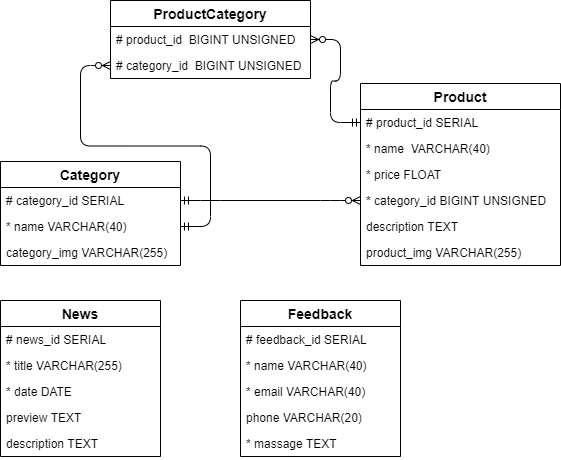
Above: DB/ER-диаграмма.png in igor-ka97/bootcamp-block3 (draw.io), before the change. Source tidied: cells renumbered, new cells last; positions are measured from the earlier drawing's top-left corner, leaving out a move shared by most shapes.
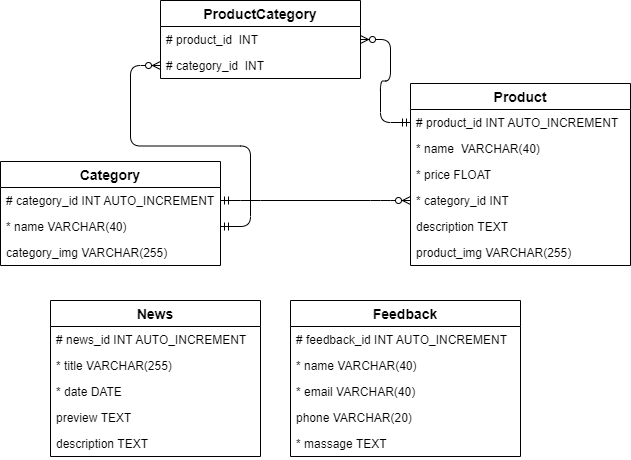
The same file after the commit.

Diff of the diagram source:
```diff
@@ -12,82 +12,82 @@
       <mxGeometry relative="1" as="geometry" />
     </mxCell>
     <mxCell id="5" value="Product" style="swimlane;fontStyle=1;horizontal=1;startSize=26;align=center;fontSize=14;rounded=0;shadow=0;glass=0;comic=0;gradientColor=none;" parent="1" vertex="1">
-      <mxGeometry x="360" y="83" width="200" height="182" as="geometry" />
+      <mxGeometry x="360" y="83" width="220" height="182" as="geometry" />
     </mxCell>
-    <mxCell id="6" value="# product_id SERIAL" style="text;strokeColor=none;fillColor=none;spacingLeft=4;spacingRight=4;overflow=hidden;points=[[0,0.5],[1,0.5]];portConstraint=eastwest;fontSize=12;" parent="5" vertex="1">
-      <mxGeometry y="26" width="200" height="26" as="geometry" />
+    <mxCell id="6" value="# product_id INT AUTO_INCREMENT" style="text;strokeColor=none;fillColor=none;spacingLeft=4;spacingRight=4;overflow=hidden;points=[[0,0.5],[1,0.5]];portConstraint=eastwest;fontSize=12;" parent="5" vertex="1">
+      <mxGeometry y="26" width="220" height="26" as="geometry" />
     </mxCell>
     <mxCell id="7" value="* name  VARCHAR(40)" style="text;strokeColor=none;fillColor=none;spacingLeft=4;spacingRight=4;overflow=hidden;fontSize=12;rounded=0;shadow=0;glass=0;comic=0;startSize=26;" parent="5" vertex="1">
-      <mxGeometry y="52" width="200" height="26" as="geometry" />
+      <mxGeometry y="52" width="220" height="26" as="geometry" />
     </mxCell>
     <mxCell id="8" value="* price FLOAT" style="text;strokeColor=none;fillColor=none;spacingLeft=4;spacingRight=4;overflow=hidden;fontSize=12;rounded=0;shadow=0;glass=0;comic=0;startSize=26;" parent="5" vertex="1">
-      <mxGeometry y="78" width="200" height="26" as="geometry" />
+      <mxGeometry y="78" width="220" height="26" as="geometry" />
     </mxCell>
-    <mxCell id="9" value="* category_id BIGINT UNSIGNED" style="text;strokeColor=none;fillColor=none;spacingLeft=4;spacingRight=4;overflow=hidden;points=[[0,0.5],[1,0.5]];portConstraint=eastwest;fontSize=12;rounded=0;shadow=0;glass=0;comic=0;startSize=26;" parent="5" vertex="1">
-      <mxGeometry y="104" width="200" height="26" as="geometry" />
+    <mxCell id="9" value="* category_id INT" style="text;strokeColor=none;fillColor=none;spacingLeft=4;spacingRight=4;overflow=hidden;points=[[0,0.5],[1,0.5]];portConstraint=eastwest;fontSize=12;rounded=0;shadow=0;glass=0;comic=0;startSize=26;" parent="5" vertex="1">
+      <mxGeometry y="104" width="220" height="26" as="geometry" />
     </mxCell>
     <mxCell id="10" value="description TEXT" style="text;strokeColor=none;fillColor=none;spacingLeft=4;spacingRight=4;overflow=hidden;fontSize=12;" parent="5" vertex="1">
-      <mxGeometry y="130" width="200" height="26" as="geometry" />
+      <mxGeometry y="130" width="220" height="26" as="geometry" />
     </mxCell>
     <mxCell id="11" value="product_img VARCHAR(255)" style="text;strokeColor=none;fillColor=none;spacingLeft=4;spacingRight=4;overflow=hidden;fontSize=12;" parent="5" vertex="1">
-      <mxGeometry y="156" width="200" height="26" as="geometry" />
+      <mxGeometry y="156" width="220" height="26" as="geometry" />
     </mxCell>
     <mxCell id="12" value="ProductCategory" style="swimlane;fontStyle=1;horizontal=1;startSize=26;align=center;fontSize=14;rounded=0;shadow=0;glass=0;comic=0;gradientColor=none;" parent="1" vertex="1">
       <mxGeometry x="110" width="200" height="78" as="geometry" />
     </mxCell>
-    <mxCell id="13" value="# product_id  BIGINT UNSIGNED" style="text;strokeColor=none;fillColor=none;spacingLeft=4;spacingRight=4;overflow=hidden;points=[[0,0.5],[1,0.5]];portConstraint=eastwest;fontSize=12;" parent="12" vertex="1">
+    <mxCell id="13" value="# product_id  INT" style="text;strokeColor=none;fillColor=none;spacingLeft=4;spacingRight=4;overflow=hidden;points=[[0,0.5],[1,0.5]];portConstraint=eastwest;fontSize=12;" parent="12" vertex="1">
       <mxGeometry y="26" width="200" height="26" as="geometry" />
     </mxCell>
-    <mxCell id="14" value="# category_id  BIGINT UNSIGNED" style="text;strokeColor=none;fillColor=none;spacingLeft=4;spacingRight=4;overflow=hidden;points=[[0,0.5],[1,0.5]];portConstraint=eastwest;fontSize=12;" parent="12" vertex="1">
+    <mxCell id="14" value="# category_id  INT" style="text;strokeColor=none;fillColor=none;spacingLeft=4;spacingRight=4;overflow=hidden;points=[[0,0.5],[1,0.5]];portConstraint=eastwest;fontSize=12;" parent="12" vertex="1">
       <mxGeometry y="52" width="200" height="26" as="geometry" />
     </mxCell>
     <mxCell id="15" value="Category" style="swimlane;fontStyle=1;horizontal=1;startSize=26;align=center;fontSize=14;" parent="1" vertex="1">
-      <mxGeometry y="161" width="180" height="104" as="geometry" />
+      <mxGeometry x="-50" y="161" width="220" height="104" as="geometry" />
     </mxCell>
-    <mxCell id="16" value="# category_id SERIAL" style="text;strokeColor=none;fillColor=none;spacingLeft=4;spacingRight=4;overflow=hidden;points=[[0,0.5],[1,0.5]];portConstraint=eastwest;fontSize=12;" parent="15" vertex="1">
-      <mxGeometry y="26" width="180" height="26" as="geometry" />
+    <mxCell id="16" value="# category_id INT AUTO_INCREMENT" style="text;strokeColor=none;fillColor=none;spacingLeft=4;spacingRight=4;overflow=hidden;points=[[0,0.5],[1,0.5]];portConstraint=eastwest;fontSize=12;" parent="15" vertex="1">
+      <mxGeometry y="26" width="220" height="26" as="geometry" />
     </mxCell>
     <mxCell id="17" value="* name VARCHAR(40)" style="text;strokeColor=none;fillColor=none;spacingLeft=4;spacingRight=4;overflow=hidden;points=[[0,0.5],[1,0.5]];portConstraint=eastwest;fontSize=12;" parent="15" vertex="1">
-      <mxGeometry y="52" width="180" height="26" as="geometry" />
+      <mxGeometry y="52" width="220" height="26" as="geometry" />
     </mxCell>
     <mxCell id="18" value="category_img VARCHAR(255)" style="text;strokeColor=none;fillColor=none;spacingLeft=4;spacingRight=4;overflow=hidden;fontSize=12;" parent="15" vertex="1">
-      <mxGeometry y="78" width="180" height="26" as="geometry" />
+      <mxGeometry y="78" width="220" height="26" as="geometry" />
     </mxCell>
     <mxCell id="19" value="News" style="swimlane;fontStyle=1;horizontal=1;startSize=26;align=center;fontSize=14;rounded=0;shadow=0;glass=0;comic=0;gradientColor=none;" parent="1" vertex="1">
-      <mxGeometry y="300" width="160" height="156" as="geometry" />
+      <mxGeometry y="300" width="210" height="156" as="geometry" />
     </mxCell>
-    <mxCell id="20" value="# news_id SERIAL" style="text;strokeColor=none;fillColor=none;spacingLeft=4;spacingRight=4;overflow=hidden;fontSize=12;" parent="19" vertex="1">
-      <mxGeometry y="26" width="160" height="26" as="geometry" />
+    <mxCell id="20" value="# news_id INT AUTO_INCREMENT" style="text;strokeColor=none;fillColor=none;spacingLeft=4;spacingRight=4;overflow=hidden;fontSize=12;" parent="19" vertex="1">
+      <mxGeometry y="26" width="210" height="26" as="geometry" />
     </mxCell>
     <mxCell id="21" value="* title VARCHAR(255)" style="text;strokeColor=none;fillColor=none;spacingLeft=4;spacingRight=4;overflow=hidden;fontSize=12;" parent="19" vertex="1">
-      <mxGeometry y="52" width="160" height="26" as="geometry" />
+      <mxGeometry y="52" width="210" height="26" as="geometry" />
     </mxCell>
     <mxCell id="22" value="* date DATE" style="text;strokeColor=none;fillColor=none;spacingLeft=4;spacingRight=4;overflow=hidden;fontSize=12;rounded=0;shadow=0;glass=0;comic=0;startSize=26;" parent="19" vertex="1">
-      <mxGeometry y="78" width="160" height="26" as="geometry" />
+      <mxGeometry y="78" width="210" height="26" as="geometry" />
     </mxCell>
     <mxCell id="23" value="preview TEXT" style="text;strokeColor=none;fillColor=none;spacingLeft=4;spacingRight=4;overflow=hidden;fontSize=12;" parent="19" vertex="1">
-      <mxGeometry y="104" width="160" height="26" as="geometry" />
+      <mxGeometry y="104" width="210" height="26" as="geometry" />
     </mxCell>
     <mxCell id="24" value="description TEXT" style="text;strokeColor=none;fillColor=none;spacingLeft=4;spacingRight=4;overflow=hidden;fontSize=12;rounded=0;shadow=0;glass=0;comic=0;startSize=26;" parent="19" vertex="1">
-      <mxGeometry y="130" width="160" height="26" as="geometry" />
+      <mxGeometry y="130" width="210" height="26" as="geometry" />
     </mxCell>
     <mxCell id="25" value="Feedback" style="swimlane;fontStyle=1;horizontal=1;startSize=26;align=center;fontSize=14;rounded=0;shadow=0;glass=0;comic=0;gradientColor=none;" parent="1" vertex="1">
-      <mxGeometry x="240" y="300" width="160" height="156" as="geometry" />
+      <mxGeometry x="240" y="300" width="230" height="156" as="geometry" />
     </mxCell>
-    <mxCell id="26" value="# feedback_id SERIAL" style="text;strokeColor=none;fillColor=none;spacingLeft=4;spacingRight=4;overflow=hidden;fontSize=12;" parent="25" vertex="1">
-      <mxGeometry y="26" width="160" height="26" as="geometry" />
+    <mxCell id="26" value="# feedback_id INT AUTO_INCREMENT" style="text;strokeColor=none;fillColor=none;spacingLeft=4;spacingRight=4;overflow=hidden;fontSize=12;" parent="25" vertex="1">
+      <mxGeometry y="26" width="230" height="26" as="geometry" />
     </mxCell>
     <mxCell id="27" value="* name VARCHAR(40)" style="text;strokeColor=none;fillColor=none;spacingLeft=4;spacingRight=4;overflow=hidden;fontSize=12;" parent="25" vertex="1">
-      <mxGeometry y="52" width="160" height="26" as="geometry" />
+      <mxGeometry y="52" width="230" height="26" as="geometry" />
     </mxCell>
     <mxCell id="28" value="* email VARCHAR(40)" style="text;strokeColor=none;fillColor=none;spacingLeft=4;spacingRight=4;overflow=hidden;fontSize=12;rounded=0;shadow=0;glass=0;comic=0;startSize=26;" parent="25" vertex="1">
-      <mxGeometry y="78" width="160" height="26" as="geometry" />
+      <mxGeometry y="78" width="230" height="26" as="geometry" />
     </mxCell>
     <mxCell id="29" value="phone VARCHAR(20)" style="text;strokeColor=none;fillColor=none;spacingLeft=4;spacingRight=4;overflow=hidden;fontSize=12;" parent="25" vertex="1">
-      <mxGeometry y="104" width="160" height="26" as="geometry" />
+      <mxGeometry y="104" width="230" height="26" as="geometry" />
     </mxCell>
     <mxCell id="30" value="* massage TEXT" style="text;strokeColor=none;fillColor=none;spacingLeft=4;spacingRight=4;overflow=hidden;fontSize=12;rounded=0;shadow=0;glass=0;comic=0;startSize=26;" parent="25" vertex="1">
-      <mxGeometry y="130" width="160" height="26" as="geometry" />
+      <mxGeometry y="130" width="230" height="26" as="geometry" />
     </mxCell>
   </root>
 </mxGraphModel>
```
